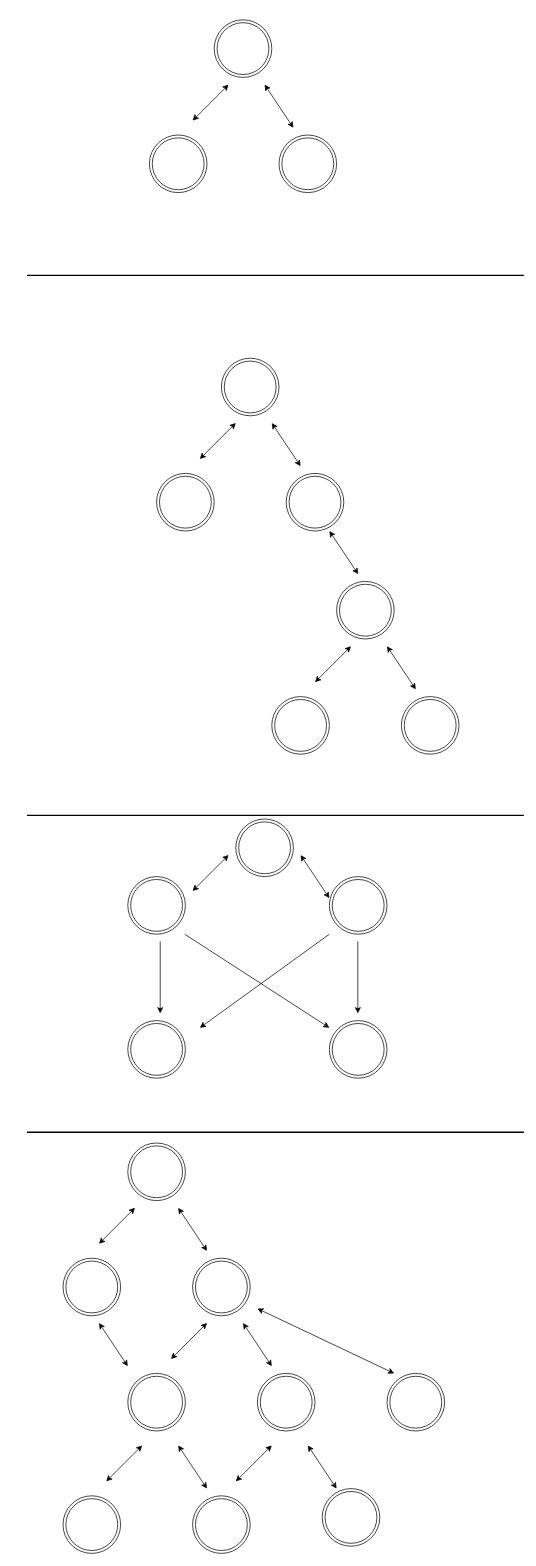
The draw.io diagram GraphTypes.drawio in steve-torchia/sandbox, before the edit. Source tidied: cells renumbered, new cells numbered last; positions are measured from the earlier drawing's top-left corner, leaving out a move shared by most shapes. Both pictures are drawn from the tidied source at 72%, with x=0, y=0 at pixel (27, 19).
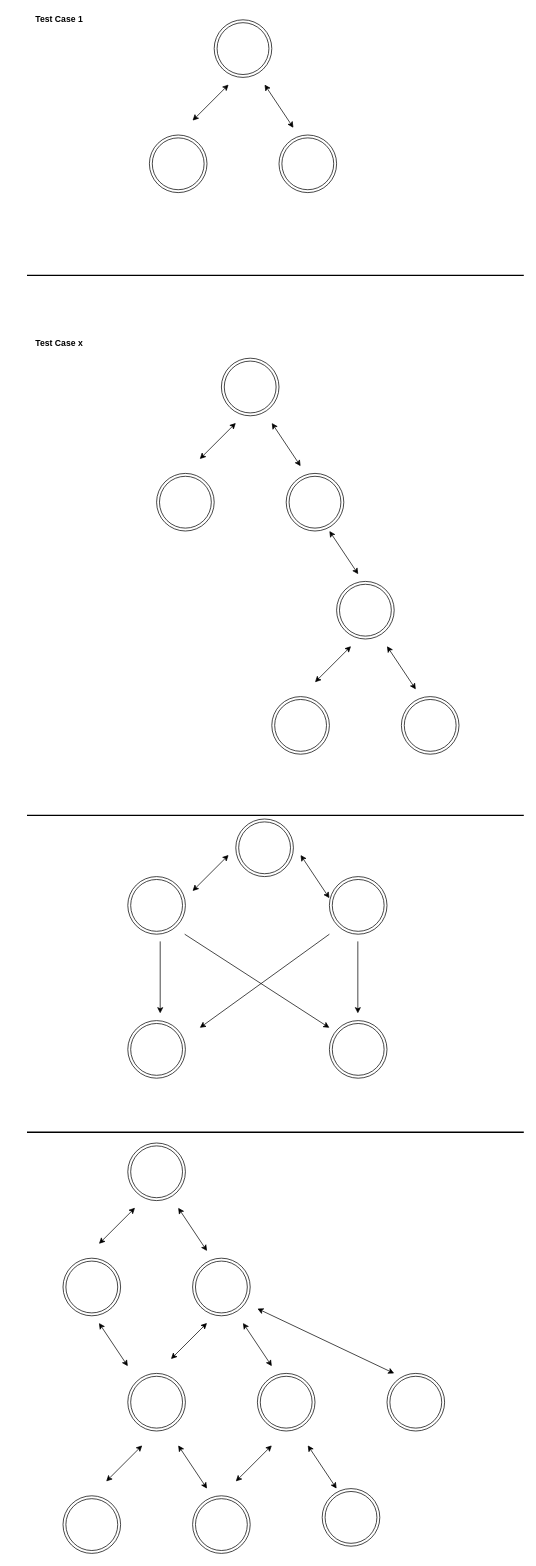
The same page after the edit.

The edit, as a diff of the source:
```diff
@@
+    <mxCell id="51" value="Test Case 1" style="text;html=1;strokeColor=none;fillColor=none;align=center;verticalAlign=middle;whiteSpace=wrap;rounded=0;fontStyle=1;" parent="1" vertex="1">
+      <mxGeometry x="-20" y="-10" width="130" height="20" as="geometry" />
+    </mxCell>
+    <mxCell id="52" value="Test Case x" style="text;html=1;strokeColor=none;fillColor=none;align=center;verticalAlign=middle;whiteSpace=wrap;rounded=0;fontStyle=1;" parent="1" vertex="1">
+      <mxGeometry x="-20" y="440" width="130" height="20" as="geometry" />
+    </mxCell>
```
